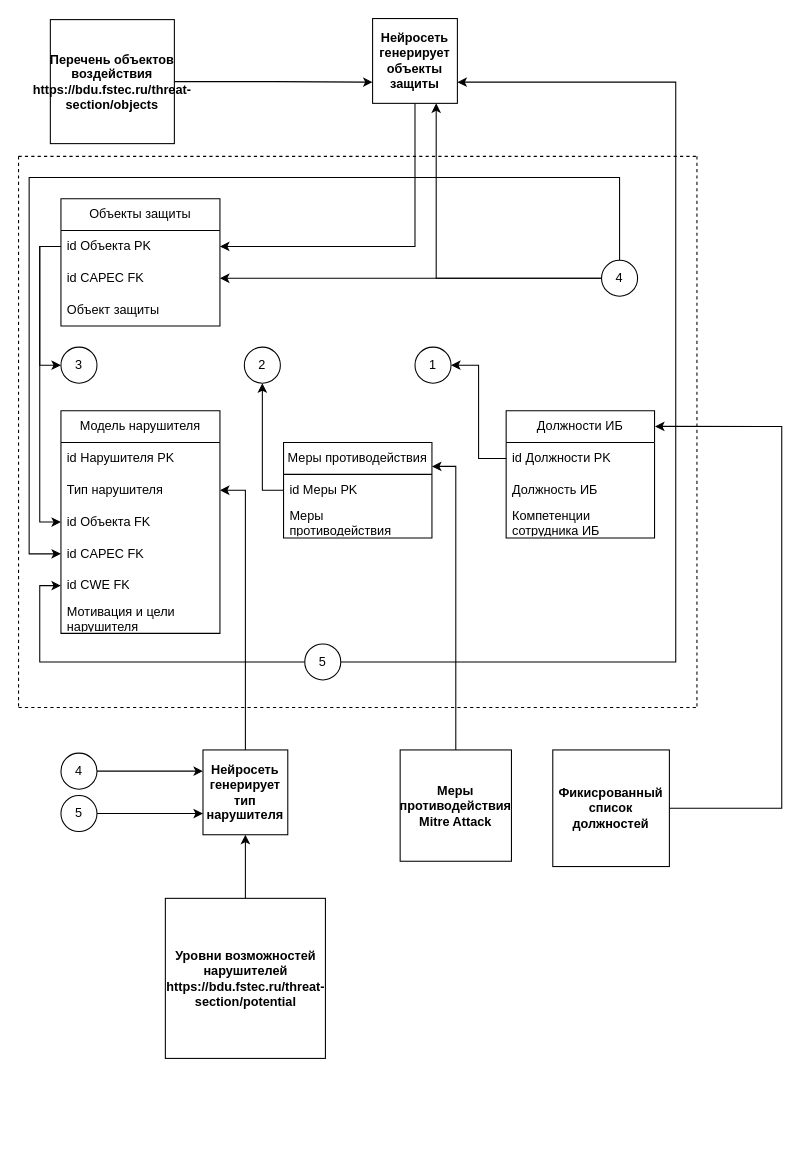
The draw.io diagram (Обновленная схема ОПЗ) Частная политика.drawio in SmirnovBogdan8/Diplom, before the edit. Source tidied: cells renumbered, new cells numbered last; positions are measured from the earlier drawing's top-left corner, leaving out a move shared by most shapes. Both pictures are drawn from the tidied source at 106%, with x=0, y=0 at pixel (18, 18).
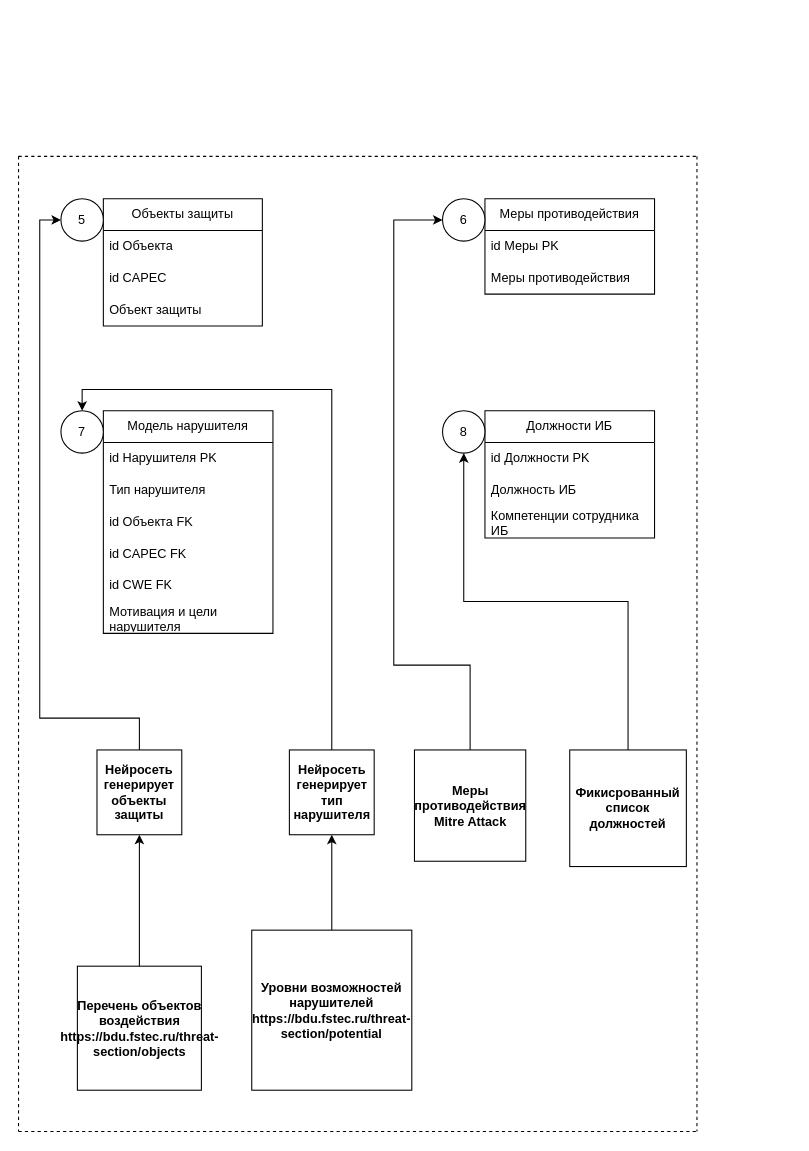
After the change.

Diff of the diagram source:
```diff
@@
     <mxCell id="2" value="Объекты защиты" style="swimlane;fontStyle=0;horizontal=1;startSize=30;whiteSpace=wrap;html=1;" parent="1" vertex="1">
-      <mxGeometry x="40" y="170" width="150" height="120" as="geometry" />
+      <mxGeometry x="80" y="170" width="150" height="120" as="geometry" />
     </mxCell>
-    <mxCell id="3" value="id Объекта PK" style="text;strokeColor=none;fillColor=none;align=left;verticalAlign=middle;spacingLeft=4;spacingRight=4;overflow=hidden;points=[[0,0.5],[1,0.5]];portConstraint=eastwest;whiteSpace=wrap;html=1;" parent="2" vertex="1">
+    <mxCell id="3" value="id Объекта" style="text;strokeColor=none;fillColor=none;align=left;verticalAlign=middle;spacingLeft=4;spacingRight=4;overflow=hidden;points=[[0,0.5],[1,0.5]];portConstraint=eastwest;whiteSpace=wrap;html=1;" parent="2" vertex="1">
       <mxGeometry y="30" width="150" height="30" as="geometry" />
     </mxCell>
-    <mxCell id="4" value="id CAPEC FK" style="text;strokeColor=none;fillColor=none;align=left;verticalAlign=middle;spacingLeft=4;spacingRight=4;overflow=hidden;points=[[0,0.5],[1,0.5]];portConstraint=eastwest;whiteSpace=wrap;html=1;" parent="2" vertex="1">
+    <mxCell id="4" value="id CAPEC" style="text;strokeColor=none;fillColor=none;align=left;verticalAlign=middle;spacingLeft=4;spacingRight=4;overflow=hidden;points=[[0,0.5],[1,0.5]];portConstraint=eastwest;whiteSpace=wrap;html=1;" parent="2" vertex="1">
       <mxGeometry y="60" width="150" height="30" as="geometry" />
     </mxCell>
@@
     <mxCell id="6" value="Модель нарушителя" style="swimlane;fontStyle=0;horizontal=1;startSize=30;whiteSpace=wrap;html=1;" parent="1" vertex="1">
-      <mxGeometry x="40" y="370" width="150" height="210" as="geometry" />
+      <mxGeometry x="80" y="370" width="160" height="210" as="geometry" />
     </mxCell>
     <mxCell id="7" value="id Нарушителя PK" style="text;strokeColor=none;fillColor=none;align=left;verticalAlign=middle;spacingLeft=4;spacingRight=4;overflow=hidden;whiteSpace=wrap;html=1;" parent="6" vertex="1">
-      <mxGeometry y="30" width="150" height="30" as="geometry" />
+      <mxGeometry y="30" width="160" height="30" as="geometry" />
     </mxCell>
     <mxCell id="8" value="Тип нарушителя" style="text;strokeColor=none;fillColor=none;align=left;verticalAlign=middle;spacingLeft=4;spacingRight=4;overflow=hidden;points=[[0,0.5],[1,0.5]];portConstraint=eastwest;whiteSpace=wrap;html=1;" parent="6" vertex="1">
-      <mxGeometry y="60" width="150" height="30" as="geometry" />
+      <mxGeometry y="60" width="160" height="30" as="geometry" />
     </mxCell>
     <mxCell id="9" value="id Объекта FK" style="text;strokeColor=none;fillColor=none;align=left;verticalAlign=middle;spacingLeft=4;spacingRight=4;overflow=hidden;points=[[0,0.5],[1,0.5]];portConstraint=eastwest;whiteSpace=wrap;html=1;" parent="6" vertex="1">
-      <mxGeometry y="90" width="150" height="30" as="geometry" />
+      <mxGeometry y="90" width="160" height="30" as="geometry" />
     </mxCell>
     <mxCell id="10" value="id CAPEC FK" style="text;strokeColor=none;fillColor=none;align=left;verticalAlign=middle;spacingLeft=4;spacingRight=4;overflow=hidden;points=[[0,0.5],[1,0.5]];portConstraint=eastwest;whiteSpace=wrap;html=1;" parent="6" vertex="1">
-      <mxGeometry y="120" width="150" height="30" as="geometry" />
+      <mxGeometry y="120" width="160" height="30" as="geometry" />
     </mxCell>
     <mxCell id="11" value="id CWE FK" style="text;strokeColor=none;fillColor=none;align=left;verticalAlign=middle;spacingLeft=4;spacingRight=4;overflow=hidden;points=[[0,0.5],[1,0.5]];portConstraint=eastwest;whiteSpace=wrap;html=1;" parent="6" vertex="1">
-      <mxGeometry y="150" width="150" height="30" as="geometry" />
+      <mxGeometry y="150" width="160" height="30" as="geometry" />
     </mxCell>
     <mxCell id="12" value="Мотивация и цели нарушителя" style="text;strokeColor=none;fillColor=none;align=left;verticalAlign=middle;spacingLeft=4;spacingRight=4;overflow=hidden;whiteSpace=wrap;html=1;" parent="6" vertex="1">
-      <mxGeometry y="180" width="150" height="30" as="geometry" />
+      <mxGeometry y="180" width="160" height="30" as="geometry" />
     </mxCell>
     <mxCell id="13" value="Меры противодействия" style="swimlane;fontStyle=0;horizontal=1;startSize=30;whiteSpace=wrap;html=1;" parent="1" vertex="1">
-      <mxGeometry x="250" y="400" width="140" height="90" as="geometry" />
+      <mxGeometry x="440" y="170" width="160" height="90" as="geometry" />
     </mxCell>
     <mxCell id="14" value="id Меры PK" style="text;strokeColor=none;fillColor=none;align=left;verticalAlign=middle;spacingLeft=4;spacingRight=4;overflow=hidden;points=[[0,0.5],[1,0.5]];portConstraint=eastwest;whiteSpace=wrap;html=1;" parent="13" vertex="1">
-      <mxGeometry y="30" width="140" height="30" as="geometry" />
+      <mxGeometry y="30" width="160" height="30" as="geometry" />
     </mxCell>
     <mxCell id="15" value="Меры противодействия" style="text;strokeColor=none;fillColor=none;align=left;verticalAlign=middle;spacingLeft=4;spacingRight=4;overflow=hidden;whiteSpace=wrap;html=1;" parent="13" vertex="1">
-      <mxGeometry y="60" width="140" height="30" as="geometry" />
+      <mxGeometry y="60" width="160" height="30" as="geometry" />
     </mxCell>
@@
     <mxCell id="17" style="endArrow=none;dashed=1;html=1;rounded=0;" parent="1" edge="1">
       <mxGeometry relative="1" as="geometry">
         <mxPoint y="130" as="sourcePoint" />
-        <mxPoint y="650" as="targetPoint" />
+        <mxPoint y="1050" as="targetPoint" />
       </mxGeometry>
     </mxCell>
     <mxCell id="18" value="Должности ИБ" style="swimlane;fontStyle=0;horizontal=1;startSize=30;whiteSpace=wrap;html=1;" parent="1" vertex="1">
-      <mxGeometry x="460" y="370" width="140" height="120" as="geometry" />
+      <mxGeometry x="440" y="370" width="160" height="120" as="geometry" />
     </mxCell>
     <mxCell id="19" value="id Должности PK" style="text;strokeColor=none;fillColor=none;align=left;verticalAlign=middle;spacingLeft=4;spacingRight=4;overflow=hidden;points=[[0,0.5],[1,0.5]];portConstraint=eastwest;whiteSpace=wrap;html=1;" parent="18" vertex="1">
-      <mxGeometry y="30" width="140" height="30" as="geometry" />
+      <mxGeometry y="30" width="160" height="30" as="geometry" />
     </mxCell>
     <mxCell id="20" value="Должность ИБ" style="text;strokeColor=none;fillColor=none;align=left;verticalAlign=middle;spacingLeft=4;spacingRight=4;overflow=hidden;whiteSpace=wrap;html=1;" parent="18" vertex="1">
-      <mxGeometry y="60" width="140" height="30" as="geometry" />
+      <mxGeometry y="60" width="160" height="30" as="geometry" />
     </mxCell>
     <mxCell id="21" value="Компетенции сотрудника ИБ" style="text;strokeColor=none;fillColor=none;align=left;verticalAlign=middle;spacingLeft=4;spacingRight=4;overflow=hidden;whiteSpace=wrap;html=1;" parent="18" vertex="1">
-      <mxGeometry y="90" width="140" height="30" as="geometry" />
+      <mxGeometry y="90" width="160" height="30" as="geometry" />
     </mxCell>
-    <mxCell id="22" style="edgeStyle=orthogonalEdgeStyle;rounded=0;jettySize=auto;html=1;exitX=0;exitY=0.5;exitDx=0;exitDy=0;entryX=0;entryY=0.5;entryDx=0;entryDy=0;" parent="1" edge="1" source="3" target="9">
-      <mxGeometry relative="1" as="geometry" />
-    </mxCell>
     <mxCell id="23" style="endArrow=none;dashed=1;html=1;rounded=0;" parent="1" edge="1">
       <mxGeometry relative="1" as="geometry">
-        <mxPoint y="650" as="sourcePoint" />
-        <mxPoint x="640" y="650" as="targetPoint" />
+        <mxPoint y="1050" as="sourcePoint" />
+        <mxPoint x="640" y="1050" as="targetPoint" />
       </mxGeometry>
     </mxCell>
-    <mxCell id="24" value="3" style="ellipse;whiteSpace=wrap;html=1;" parent="1" vertex="1">
-      <mxGeometry x="40" y="310" width="34" height="34" as="geometry" />
-    </mxCell>
-    <mxCell id="25" style="edgeStyle=orthogonalEdgeStyle;rounded=0;jettySize=auto;html=1;exitX=0;exitY=0.5;exitDx=0;exitDy=0;entryX=0;entryY=0.5;entryDx=0;entryDy=0;" parent="1" edge="1" source="3" target="24">
-      <mxGeometry relative="1" as="geometry" />
-    </mxCell>
-    <mxCell id="26" value="1" style="ellipse;whiteSpace=wrap;html=1;" parent="1" vertex="1">
-      <mxGeometry x="374" y="310" width="34" height="34" as="geometry" />
-    </mxCell>
-    <mxCell id="27" style="edgeStyle=orthogonalEdgeStyle;rounded=0;jettySize=auto;html=1;exitX=0;exitY=0.5;exitDx=0;exitDy=0;entryX=1;entryY=0.5;entryDx=0;entryDy=0;" parent="1" edge="1" source="19" target="26">
-      <mxGeometry relative="1" as="geometry" />
-    </mxCell>
-    <mxCell id="28" value="2" style="ellipse;whiteSpace=wrap;html=1;" parent="1" vertex="1">
-      <mxGeometry x="213" y="310" width="34" height="34" as="geometry" />
-    </mxCell>
-    <mxCell id="29" style="edgeStyle=orthogonalEdgeStyle;rounded=0;jettySize=auto;html=1;exitX=0;exitY=0.5;exitDx=0;exitDy=0;entryX=0.5;entryY=1;entryDx=0;entryDy=0;" parent="1" edge="1" source="14" target="28">
-      <mxGeometry relative="1" as="geometry" />
-    </mxCell>
-    <mxCell id="30" style="edgeStyle=orthogonalEdgeStyle;rounded=0;jettySize=auto;html=1;entryX=0;entryY=0.5;entryDx=0;entryDy=0;" parent="1" edge="1" source="33" target="10">
-      <mxGeometry relative="1" as="geometry">
-        <Array as="points">
-          <mxPoint x="567" y="150" />
-          <mxPoint x="10" y="150" />
-          <mxPoint x="10" y="505" />
-        </Array>
-      </mxGeometry>
-    </mxCell>
-    <mxCell id="31" style="edgeStyle=orthogonalEdgeStyle;rounded=0;jettySize=auto;html=1;exitX=0;exitY=0.5;exitDx=0;exitDy=0;entryX=1;entryY=0.5;entryDx=0;entryDy=0;" parent="1" edge="1" source="33" target="4">
-      <mxGeometry relative="1" as="geometry" />
-    </mxCell>
-    <mxCell id="32" style="edgeStyle=orthogonalEdgeStyle;rounded=0;jettySize=auto;html=1;exitX=0;exitY=0.5;exitDx=0;exitDy=0;entryX=0.75;entryY=1;entryDx=0;entryDy=0;" parent="1" edge="1" source="33" target="38">
-      <mxGeometry relative="1" as="geometry" />
-    </mxCell>
-    <mxCell id="33" value="4" style="ellipse;whiteSpace=wrap;html=1;" parent="1" vertex="1">
-      <mxGeometry x="550" y="228" width="34" height="34" as="geometry" />
-    </mxCell>
-    <mxCell id="34" style="edgeStyle=orthogonalEdgeStyle;rounded=0;jettySize=auto;html=1;entryX=0;entryY=0.5;entryDx=0;entryDy=0;" parent="1" edge="1" source="36" target="11">
-      <mxGeometry relative="1" as="geometry">
-        <Array as="points">
-          <mxPoint x="20" y="607" />
-          <mxPoint x="20" y="535" />
-        </Array>
-      </mxGeometry>
-    </mxCell>
-    <mxCell id="35" style="edgeStyle=orthogonalEdgeStyle;rounded=0;jettySize=auto;html=1;exitX=1;exitY=0.5;exitDx=0;exitDy=0;entryX=1;entryY=0.75;entryDx=0;entryDy=0;" parent="1" edge="1" source="36" target="38">
-      <mxGeometry relative="1" as="geometry">
-        <Array as="points">
-          <mxPoint x="620" y="607" />
-          <mxPoint x="620" y="60" />
-        </Array>
-      </mxGeometry>
-    </mxCell>
-    <mxCell id="36" value="5" style="ellipse;whiteSpace=wrap;html=1;" parent="1" vertex="1">
-      <mxGeometry x="270" y="590" width="34" height="34" as="geometry" />
-    </mxCell>
-    <mxCell id="37" style="edgeStyle=orthogonalEdgeStyle;rounded=0;jettySize=auto;html=1;entryX=1;entryY=0.5;entryDx=0;entryDy=0;" parent="1" edge="1" source="38" target="3">
-      <mxGeometry relative="1" as="geometry" />
-    </mxCell>
+    <mxCell id="54" style="edgeStyle=orthogonalEdgeStyle;rounded=0;jettySize=auto;html=1;exitX=0.5;exitY=0;exitDx=0;exitDy=0;entryX=0;entryY=0.5;entryDx=0;entryDy=0;" parent="1" edge="1" source="38" target="58">
+      <mxGeometry relative="1" as="geometry">
+        <Array as="points">
+          <mxPoint x="114" y="660" />
+          <mxPoint x="20" y="660" />
+          <mxPoint x="20" y="190" />
+        </Array>
+      </mxGeometry>
+    </mxCell>
     <mxCell id="38" value="&lt;b&gt;Нейросеть генерирует объекты защиты&lt;/b&gt;" style="whiteSpace=wrap;html=1;" parent="1" vertex="1">
-      <mxGeometry x="334" width="80" height="80" as="geometry" />
+      <mxGeometry x="74" y="690" width="80" height="80" as="geometry" />
     </mxCell>
@@
     <mxCell id="40" value="&lt;b&gt;Уровни возможностей нарушителей&lt;/b&gt;&lt;br&gt;&lt;div&gt;&lt;b&gt;https://bdu.fstec.ru/threat-section/potential&lt;/b&gt;&lt;br&gt;&lt;/div&gt;" style="whiteSpace=wrap;html=1;" parent="1" vertex="1">
-      <mxGeometry x="138.5" y="830" width="151" height="151" as="geometry" />
+      <mxGeometry x="220" y="860" width="151" height="151" as="geometry" />
     </mxCell>
+    <mxCell id="55" style="edgeStyle=orthogonalEdgeStyle;rounded=0;jettySize=auto;html=1;exitX=0.5;exitY=0;exitDx=0;exitDy=0;entryX=0.5;entryY=1;entryDx=0;entryDy=0;" parent="1" edge="1" source="41" target="61">
+      <mxGeometry relative="1" as="geometry" />
+    </mxCell>
     <mxCell id="41" value="&lt;b&gt;Фикисрованный список должностей&lt;/b&gt;" style="whiteSpace=wrap;html=1;" parent="1" vertex="1">
-      <mxGeometry x="504" y="690" width="110" height="110" as="geometry" />
+      <mxGeometry x="520" y="690" width="110" height="110" as="geometry" />
     </mxCell>
-    <mxCell id="42" style="edgeStyle=orthogonalEdgeStyle;rounded=0;jettySize=auto;html=1;entryX=1.003;entryY=0.123;entryDx=0;entryDy=0;entryPerimeter=0;" parent="1" edge="1" source="41" target="18">
-      <mxGeometry relative="1" as="geometry">
-        <Array as="points">
-          <mxPoint x="720" y="745" />
-          <mxPoint x="720" y="385" />
-        </Array>
-      </mxGeometry>
-    </mxCell>
-    <mxCell id="43" style="edgeStyle=orthogonalEdgeStyle;rounded=0;jettySize=auto;html=1;entryX=1;entryY=0.25;entryDx=0;entryDy=0;" parent="1" edge="1" source="44" target="13">
-      <mxGeometry relative="1" as="geometry" />
-    </mxCell>
+    <mxCell id="56" style="edgeStyle=orthogonalEdgeStyle;rounded=0;jettySize=auto;html=1;exitX=0.5;exitY=0;exitDx=0;exitDy=0;entryX=0;entryY=0.5;entryDx=0;entryDy=0;" parent="1" edge="1" source="44" target="59">
+      <mxGeometry relative="1" as="geometry">
+        <Array as="points">
+          <mxPoint x="426" y="610" />
+          <mxPoint x="354" y="610" />
+          <mxPoint x="354" y="190" />
+        </Array>
+      </mxGeometry>
+    </mxCell>
     <mxCell id="44" value="&lt;b&gt;Меры противодействия Mitre Attack&lt;/b&gt;" style="whiteSpace=wrap;html=1;" parent="1" vertex="1">
-      <mxGeometry x="360" y="690" width="105" height="105" as="geometry" />
+      <mxGeometry x="373.5" y="690" width="105" height="105" as="geometry" />
     </mxCell>
-    <mxCell id="45" style="edgeStyle=orthogonalEdgeStyle;rounded=0;jettySize=auto;html=1;entryX=1;entryY=0.5;entryDx=0;entryDy=0;" parent="1" edge="1" source="46" target="8">
-      <mxGeometry relative="1" as="geometry" />
-    </mxCell>
+    <mxCell id="57" style="edgeStyle=orthogonalEdgeStyle;rounded=0;jettySize=auto;html=1;exitX=0.5;exitY=0;exitDx=0;exitDy=0;entryX=0.5;entryY=0;entryDx=0;entryDy=0;" parent="1" edge="1" source="46" target="60">
+      <mxGeometry relative="1" as="geometry" />
+    </mxCell>
     <mxCell id="46" value="&lt;b&gt;Нейросеть генерирует тип нарушителя&lt;/b&gt;" style="whiteSpace=wrap;html=1;" parent="1" vertex="1">
-      <mxGeometry x="174" y="690" width="80" height="80" as="geometry" />
+      <mxGeometry x="255.5" y="690" width="80" height="80" as="geometry" />
     </mxCell>
-    <mxCell id="47" style="edgeStyle=orthogonalEdgeStyle;rounded=0;jettySize=auto;html=1;entryX=0;entryY=0.25;entryDx=0;entryDy=0;" parent="1" edge="1" source="48" target="46">
-      <mxGeometry relative="1" as="geometry" />
-    </mxCell>
-    <mxCell id="48" value="4" style="ellipse;whiteSpace=wrap;html=1;" parent="1" vertex="1">
-      <mxGeometry x="40" y="693" width="34" height="34" as="geometry" />
-    </mxCell>
-    <mxCell id="49" style="edgeStyle=orthogonalEdgeStyle;rounded=0;jettySize=auto;html=1;entryX=0;entryY=0.75;entryDx=0;entryDy=0;" parent="1" edge="1" source="50" target="46">
-      <mxGeometry relative="1" as="geometry" />
-    </mxCell>
-    <mxCell id="50" value="5" style="ellipse;whiteSpace=wrap;html=1;" parent="1" vertex="1">
-      <mxGeometry x="40" y="733" width="34" height="34" as="geometry" />
-    </mxCell>
     <mxCell id="51" style="endArrow=none;dashed=1;html=1;rounded=0;" parent="1" edge="1">
       <mxGeometry relative="1" as="geometry">
         <mxPoint x="640" y="130" as="sourcePoint" />
-        <mxPoint x="640" y="650" as="targetPoint" />
+        <mxPoint x="640" y="1050" as="targetPoint" />
       </mxGeometry>
     </mxCell>
-    <mxCell id="52" style="edgeStyle=orthogonalEdgeStyle;rounded=0;jettySize=auto;html=1;exitX=1;exitY=0.5;exitDx=0;exitDy=0;entryX=0;entryY=0.75;entryDx=0;entryDy=0;" parent="1" edge="1" source="53" target="38">
+    <mxCell id="52" style="edgeStyle=orthogonalEdgeStyle;rounded=0;jettySize=auto;html=1;entryX=0.5;entryY=1;entryDx=0;entryDy=0;" parent="1" edge="1" source="53" target="38">
       <mxGeometry relative="1" as="geometry" />
     </mxCell>
     <mxCell id="53" value="&lt;b&gt;Перечень объектов воздействия&lt;/b&gt;&lt;br&gt;&lt;div&gt;&lt;b&gt;https://bdu.fstec.ru/threat-section/objects&lt;/b&gt;&lt;br&gt;&lt;/div&gt;" style="whiteSpace=wrap;html=1;" parent="1" vertex="1">
-      <mxGeometry x="30" y="1" width="117" height="117" as="geometry" />
+      <mxGeometry x="55.5" y="894" width="117" height="117" as="geometry" />
     </mxCell>
+    <mxCell id="58" value="5" style="ellipse;whiteSpace=wrap;html=1;" parent="1" vertex="1">
+      <mxGeometry x="40" y="170" width="40" height="40" as="geometry" />
+    </mxCell>
+    <mxCell id="59" value="6" style="ellipse;whiteSpace=wrap;html=1;" parent="1" vertex="1">
+      <mxGeometry x="400" y="170" width="40" height="40" as="geometry" />
+    </mxCell>
+    <mxCell id="60" value="7" style="ellipse;whiteSpace=wrap;html=1;" parent="1" vertex="1">
+      <mxGeometry x="40" y="370" width="40" height="40" as="geometry" />
+    </mxCell>
+    <mxCell id="61" value="8" style="ellipse;whiteSpace=wrap;html=1;" parent="1" vertex="1">
+      <mxGeometry x="400" y="370" width="40" height="40" as="geometry" />
+    </mxCell>
```
